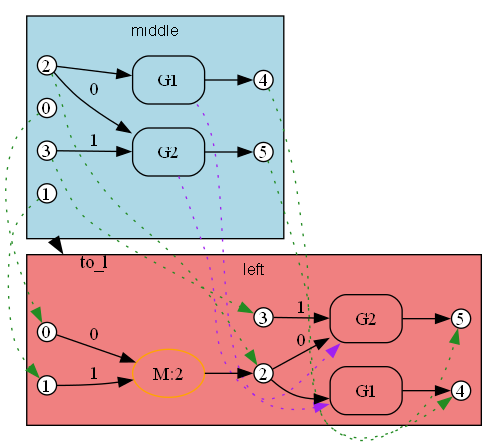
The Graphviz diagram crates/bhyp/images/test_copy_subst_commute/path2_substitution_result_span_to_l.png in ammatsui/bhypvis, before a commit. Its source is kept beside it as crates/bhyp/images/test_copy_subst_commute/path2_substitution_result_span_to_l.dot. Its diagram source:
```dot
digraph Morphism {
  fontname="Helvetica"
  fontsize=12
  rankdir=LR;
  compound=true;
  newrank=true;

  subgraph cluster_domain {
    label="middle";
    style=filled;
    fillcolor="lightblue";
    fontname="Helvetica";
    fontsize=12;

    dom_n2 [label="2", shape=circle, style=filled, fillcolor=white, color="black", width=0.2, height=0.2, fixedsize=true];
    dom_n1 [label="1", shape=circle, style=filled, fillcolor=white, color="black", width=0.2, height=0.2, fixedsize=true];
    dom_n3 [label="3", shape=circle, style=filled, fillcolor=white, color="black", width=0.2, height=0.2, fixedsize=true];
    dom_n0 [label="0", shape=circle, style=filled, fillcolor=white, color="black", width=0.2, height=0.2, fixedsize=true];
    dom_n4 [label="4", shape=circle, style=filled, fillcolor=white, color="black", width=0.2, height=0.2, fixedsize=true];
    dom_n5 [label="5", shape=circle, style=filled, fillcolor=white, color="black", width=0.2, height=0.2, fixedsize=true];
    dom_e1 [label="G1", shape=box, style=rounded, color="black"];
    dom_e0 [label="G2", shape=box, style=rounded, color="black"];
    dom_n2 -> dom_e1 [label=""];
    dom_e1 -> dom_n4 [label=""];
    dom_n2 -> dom_e0 [label="0"];
    dom_n3 -> dom_e0 [label="1"];
    dom_e0 -> dom_n5 [label=""];
    dom_anchor [shape=point, width=0, height=0, style=invis];
  }

  subgraph cluster_codomain {
    label="left";
    style=filled;
    fillcolor="lightcoral";
    fontname="Helvetica";
    fontsize=12;

    cod_n1 [label="1", shape=circle, style=filled, fillcolor=white, color="black", width=0.2, height=0.2, fixedsize=true];
    cod_n5 [label="5", shape=circle, style=filled, fillcolor=white, color="black", width=0.2, height=0.2, fixedsize=true];
    cod_n0 [label="0", shape=circle, style=filled, fillcolor=white, color="black", width=0.2, height=0.2, fixedsize=true];
    cod_n2 [label="2", shape=circle, style=filled, fillcolor=white, color="black", width=0.2, height=0.2, fixedsize=true];
    cod_n3 [label="3", shape=circle, style=filled, fillcolor=white, color="black", width=0.2, height=0.2, fixedsize=true];
    cod_n4 [label="4", shape=circle, style=filled, fillcolor=white, color="black", width=0.2, height=0.2, fixedsize=true];
    cod_e0 [label="M:2", shape=ellipse, style=rounded, color="orange"];
    cod_e1 [label="G2", shape=box, style=rounded, color="black"];
    cod_e2 [label="G1", shape=box, style=rounded, color="black"];
    cod_n0 -> cod_e0 [label="0"];
    cod_n1 -> cod_e0 [label="1"];
    cod_e0 -> cod_n2 [label=""];
    cod_n2 -> cod_e1 [label="0"];
    cod_n3 -> cod_e1 [label="1"];
    cod_e1 -> cod_n5 [label=""];
    cod_n2 -> cod_e2 [label=""];
    cod_e2 -> cod_n4 [label=""];
    cod_anchor [shape=point, width=0, height=0, style=invis];
  }

  dom_n2 -> cod_n2 [style=dotted, color=forestgreen, constraint=false];
  dom_n0 -> cod_n0 [style=dotted, color=forestgreen, constraint=false];
  dom_n3 -> cod_n3 [style=dotted, color=forestgreen, constraint=false];
  dom_n5 -> cod_n5 [style=dotted, color=forestgreen, constraint=false];
  dom_n1 -> cod_n1 [style=dotted, color=forestgreen, constraint=false];
  dom_n4 -> cod_n4 [style=dotted, color=forestgreen, constraint=false];
  dom_e0 -> cod_e1 [style=dotted, color=purple, constraint=false];
  dom_e1 -> cod_e2 [style=dotted, color=purple, constraint=false];

  dom_anchor -> cod_anchor [lhead=cluster_codomain, ltail=cluster_domain, style=bold, color=black, label="to_l", penwidth=2];
}
```
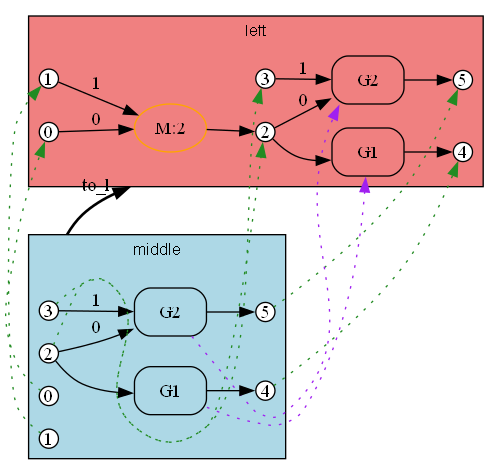
The same diagram one commit later.

What changed in the source:
```diff
@@ -12,19 +12,19 @@
     fontname="Helvetica";
     fontsize=12;
 
+    dom_n5 [label="5", shape=circle, style=filled, fillcolor=white, color="black", width=0.2, height=0.2, fixedsize=true];
+    dom_n1 [label="1", shape=circle, style=filled, fillcolor=white, color="black", width=0.2, height=0.2, fixedsize=true];
+    dom_n0 [label="0", shape=circle, style=filled, fillcolor=white, color="black", width=0.2, height=0.2, fixedsize=true];
     dom_n2 [label="2", shape=circle, style=filled, fillcolor=white, color="black", width=0.2, height=0.2, fixedsize=true];
-    dom_n1 [label="1", shape=circle, style=filled, fillcolor=white, color="black", width=0.2, height=0.2, fixedsize=true];
     dom_n3 [label="3", shape=circle, style=filled, fillcolor=white, color="black", width=0.2, height=0.2, fixedsize=true];
-    dom_n0 [label="0", shape=circle, style=filled, fillcolor=white, color="black", width=0.2, height=0.2, fixedsize=true];
     dom_n4 [label="4", shape=circle, style=filled, fillcolor=white, color="black", width=0.2, height=0.2, fixedsize=true];
-    dom_n5 [label="5", shape=circle, style=filled, fillcolor=white, color="black", width=0.2, height=0.2, fixedsize=true];
+    dom_e0 [label="G2", shape=box, style=rounded, color="black"];
     dom_e1 [label="G1", shape=box, style=rounded, color="black"];
-    dom_e0 [label="G2", shape=box, style=rounded, color="black"];
-    dom_n2 -> dom_e1 [label=""];
-    dom_e1 -> dom_n4 [label=""];
     dom_n2 -> dom_e0 [label="0"];
     dom_n3 -> dom_e0 [label="1"];
     dom_e0 -> dom_n5 [label=""];
+    dom_n2 -> dom_e1 [label=""];
+    dom_e1 -> dom_n4 [label=""];
     dom_anchor [shape=point, width=0, height=0, style=invis];
   }
 
@@ -35,34 +35,34 @@
     fontname="Helvetica";
     fontsize=12;
 
+    cod_n2 [label="2", shape=circle, style=filled, fillcolor=white, color="black", width=0.2, height=0.2, fixedsize=true];
+    cod_n0 [label="0", shape=circle, style=filled, fillcolor=white, color="black", width=0.2, height=0.2, fixedsize=true];
+    cod_n3 [label="3", shape=circle, style=filled, fillcolor=white, color="black", width=0.2, height=0.2, fixedsize=true];
+    cod_n5 [label="5", shape=circle, style=filled, fillcolor=white, color="black", width=0.2, height=0.2, fixedsize=true];
+    cod_n4 [label="4", shape=circle, style=filled, fillcolor=white, color="black", width=0.2, height=0.2, fixedsize=true];
     cod_n1 [label="1", shape=circle, style=filled, fillcolor=white, color="black", width=0.2, height=0.2, fixedsize=true];
-    cod_n5 [label="5", shape=circle, style=filled, fillcolor=white, color="black", width=0.2, height=0.2, fixedsize=true];
-    cod_n0 [label="0", shape=circle, style=filled, fillcolor=white, color="black", width=0.2, height=0.2, fixedsize=true];
-    cod_n2 [label="2", shape=circle, style=filled, fillcolor=white, color="black", width=0.2, height=0.2, fixedsize=true];
-    cod_n3 [label="3", shape=circle, style=filled, fillcolor=white, color="black", width=0.2, height=0.2, fixedsize=true];
-    cod_n4 [label="4", shape=circle, style=filled, fillcolor=white, color="black", width=0.2, height=0.2, fixedsize=true];
+    cod_e2 [label="G1", shape=box, style=rounded, color="black"];
     cod_e0 [label="M:2", shape=ellipse, style=rounded, color="orange"];
     cod_e1 [label="G2", shape=box, style=rounded, color="black"];
-    cod_e2 [label="G1", shape=box, style=rounded, color="black"];
+    cod_n2 -> cod_e2 [label=""];
+    cod_e2 -> cod_n4 [label=""];
     cod_n0 -> cod_e0 [label="0"];
     cod_n1 -> cod_e0 [label="1"];
     cod_e0 -> cod_n2 [label=""];
     cod_n2 -> cod_e1 [label="0"];
     cod_n3 -> cod_e1 [label="1"];
     cod_e1 -> cod_n5 [label=""];
-    cod_n2 -> cod_e2 [label=""];
-    cod_e2 -> cod_n4 [label=""];
     cod_anchor [shape=point, width=0, height=0, style=invis];
   }
 
+  dom_n0 -> cod_n0 [style=dotted, color=forestgreen, constraint=false];
+  dom_n1 -> cod_n1 [style=dotted, color=forestgreen, constraint=false];
   dom_n2 -> cod_n2 [style=dotted, color=forestgreen, constraint=false];
-  dom_n0 -> cod_n0 [style=dotted, color=forestgreen, constraint=false];
   dom_n3 -> cod_n3 [style=dotted, color=forestgreen, constraint=false];
   dom_n5 -> cod_n5 [style=dotted, color=forestgreen, constraint=false];
-  dom_n1 -> cod_n1 [style=dotted, color=forestgreen, constraint=false];
   dom_n4 -> cod_n4 [style=dotted, color=forestgreen, constraint=false];
+  dom_e1 -> cod_e2 [style=dotted, color=purple, constraint=false];
   dom_e0 -> cod_e1 [style=dotted, color=purple, constraint=false];
-  dom_e1 -> cod_e2 [style=dotted, color=purple, constraint=false];
 
   dom_anchor -> cod_anchor [lhead=cluster_codomain, ltail=cluster_domain, style=bold, color=black, label="to_l", penwidth=2];
 }
```
